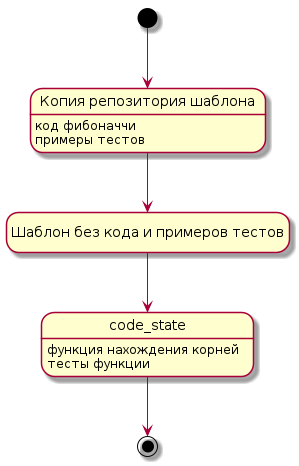
Earlier version of the PlantUML export diagrams/state-machine.png (seekerk/gtest).
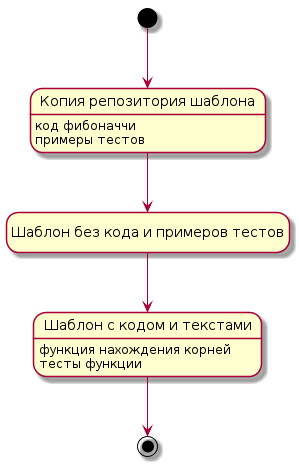
After the commit.

Commit message:
state-machine

What changed in the source:
```diff
@@ -2,6 +2,7 @@
 hide empty description
 state "Копия репозитория шаблона" as init_state
 state "Шаблон без кода и примеров тестов" as empty_state
+state "Шаблон с кодом и текстами" as code_state
 [*] --> init_state
 init_state: код фибоначчи
 init_state: примеры тестов
```
